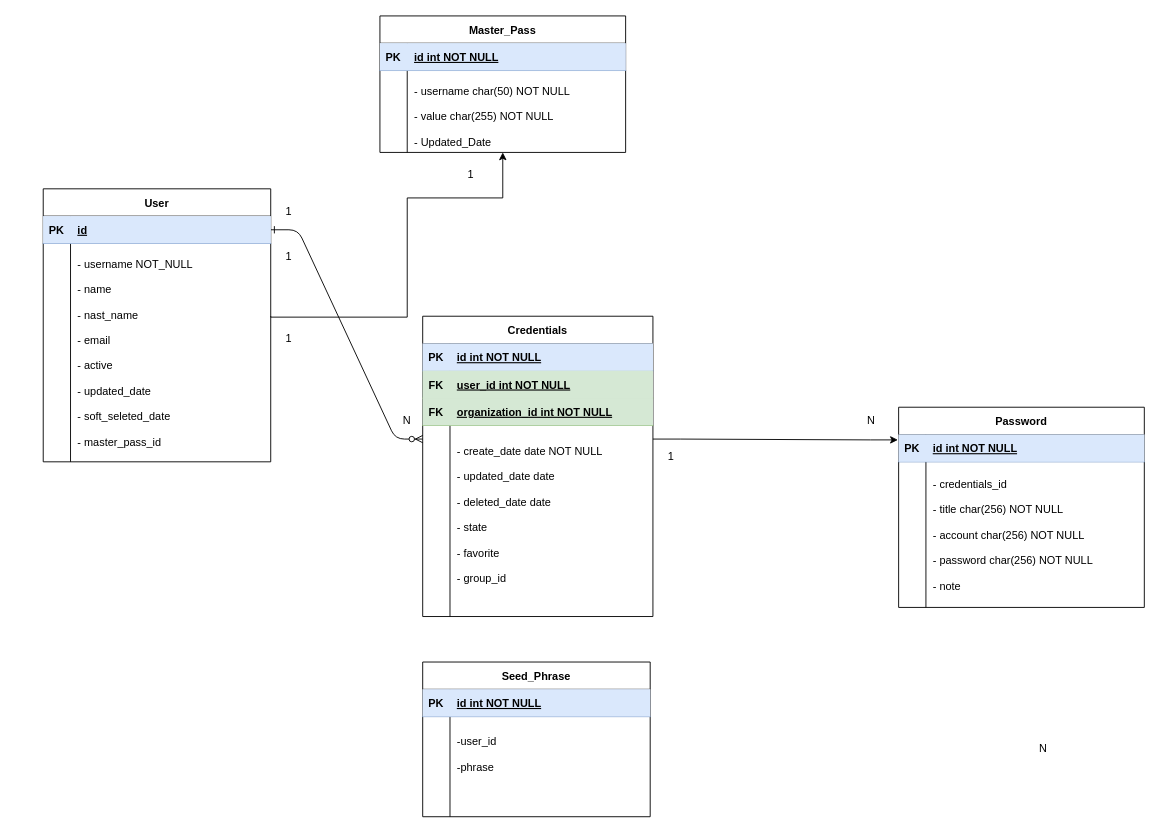
The draw.io diagram page "Final-schema-ddbb" (1 of 2) of docs/db/password_manager_ddbb.drawio in VaultShield/backend, before the edit. Source tidied: cells renumbered, new cells numbered last; positions are measured from the earlier drawing's top-left corner, leaving out a move shared by most shapes. Both pictures are drawn from the tidied source at 91%, with x=0, y=0 at pixel (43, 15).
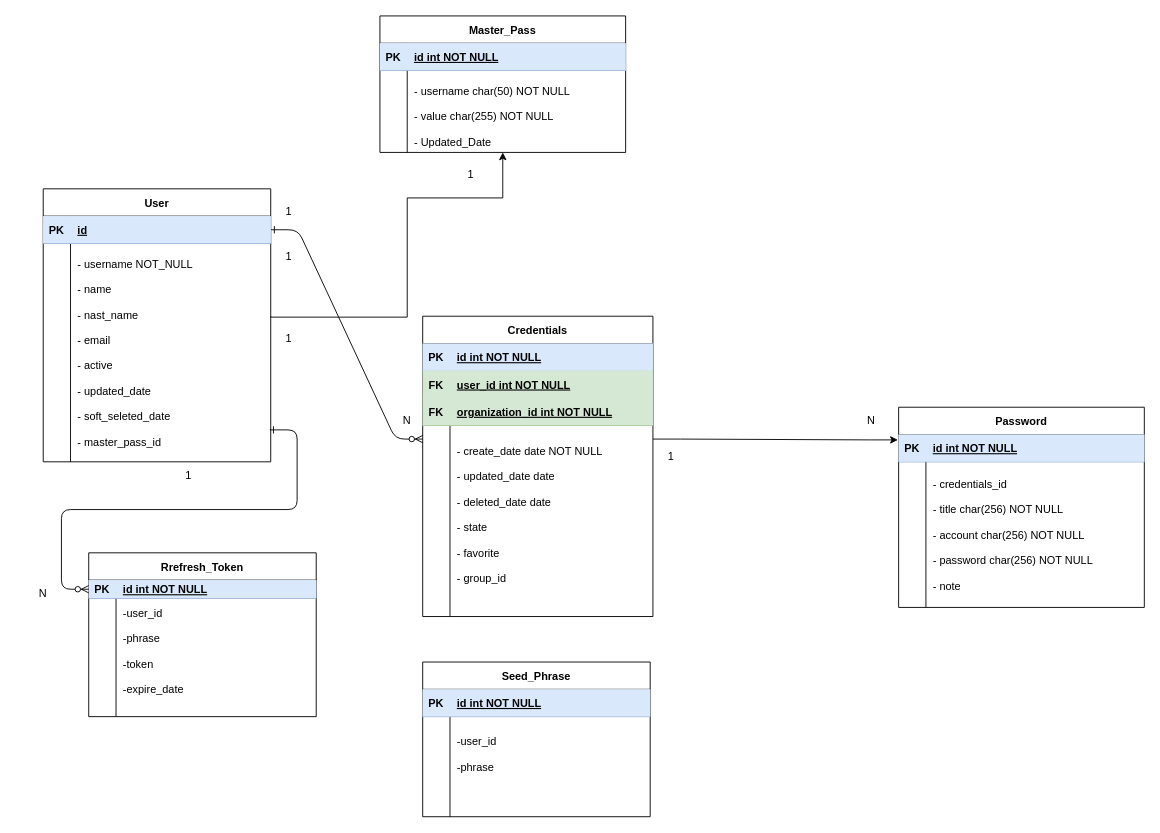
Above is the later version.

Commit message (it also covers changes not shown here):
feat: improve documentation added the Token Entity in the final ddbb

Unchanged cells that the change refers to:
```xml
<mxCell id="38" style="shape=partialRectangle;fillColor=none;points=[[0,0.5],[1,0.5]];portConstraint=eastwest;top=0;left=0;right=0;bottom=0;" parent="1" vertex="1">
  <mxGeometry y="250" width="250" height="310" as="geometry" />
</mxCell>
```

Change to the diagram source:
```diff
@@
-    <mxCell id="49" value="N" style="text;html=1;align=center;verticalAlign=middle;whiteSpace=wrap;rounded=0;" parent="1" vertex="1">
-      <mxGeometry x="1069" y="790" width="60" height="30" as="geometry" />
-    </mxCell>
@@
+    <mxCell id="57" value="Rrefresh_Token" style="shape=table;startSize=30;childLayout=tableLayout;rowLines=0;fontStyle=1;align=center;" parent="1" vertex="1">
+      <mxGeometry x="50" y="590" width="250" height="180" as="geometry" />
+    </mxCell>
+    <mxCell id="58" style="shape=partialRectangle;fillColor=#dae8fc;top=0;left=0;right=0;bottom=1;strokeColor=#6c8ebf;" parent="57" vertex="1">
+      <mxGeometry y="30" width="250" height="20" as="geometry" />
+    </mxCell>
+    <mxCell id="59" value="PK" style="shape=partialRectangle;overflow=hidden;fillColor=#dae8fc;top=0;left=0;bottom=0;right=0;fontStyle=1;strokeColor=#6c8ebf;" parent="58" vertex="1">
+      <mxGeometry width="30" height="20" as="geometry" />
+    </mxCell>
+    <mxCell id="60" value="id int NOT NULL " style="shape=partialRectangle;overflow=hidden;fillColor=#dae8fc;top=0;left=0;bottom=0;right=0;align=left;spacingLeft=6;fontStyle=5;strokeColor=#6c8ebf;" parent="58" vertex="1">
+      <mxGeometry x="30" width="220" height="20" as="geometry" />
+    </mxCell>
+    <mxCell id="61" style="shape=partialRectangle;fillColor=none;top=0;left=0;right=0;bottom=0;" parent="57" vertex="1">
+      <mxGeometry y="50" width="250" height="130" as="geometry" />
+    </mxCell>
+    <mxCell id="62" style="shape=partialRectangle;overflow=hidden;fillColor=none;top=0;left=0;bottom=0;right=0;" parent="61" vertex="1">
+      <mxGeometry width="30" height="130" as="geometry" />
+    </mxCell>
+    <mxCell id="63" value="-user_id&#10;&#10;-phrase&#10;&#10;-token&#10;&#10;-expire_date&#10;" style="shape=partialRectangle;overflow=hidden;fillColor=none;top=0;left=0;bottom=0;right=0;align=left;spacingLeft=6;" parent="61" vertex="1">
+      <mxGeometry x="30" width="220" height="130" as="geometry" />
+    </mxCell>
+    <mxCell id="64" style="edgeStyle=entityRelationEdgeStyle;endArrow=ERzeroToMany;startArrow=ERone;endFill=1;startFill=0;exitX=0.996;exitY=0.661;exitDx=0;exitDy=0;exitPerimeter=0;" parent="1" edge="1" source="38">
+      <mxGeometry relative="1" as="geometry">
+        <mxPoint x="50" y="630" as="targetPoint" />
+      </mxGeometry>
+    </mxCell>
+    <mxCell id="49" value="N" style="text;html=1;align=center;verticalAlign=middle;whiteSpace=wrap;rounded=0;" parent="1" vertex="1">
+      <mxGeometry x="-30" y="620" width="60" height="30" as="geometry" />
+    </mxCell>
+    <mxCell id="65" value="1" style="text;html=1;align=center;verticalAlign=middle;whiteSpace=wrap;rounded=0;" parent="1" vertex="1">
+      <mxGeometry x="130" y="490" width="60" height="30" as="geometry" />
+    </mxCell>
```
